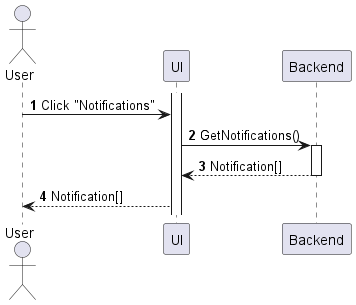
Before: Lab1/Lab1.2/sequences/my-notification-view.png, a diagram exported from PlantUML (phihungha/SE357-Practice-class). Its diagram source:
```plantuml
@startuml my-notification-view
autonumber

actor "User" as a
participant UI as f
participant Backend as b

activate f
a -> f : Click "Notifications"
f -> b : GetNotifications()
activate b
return Notification[]
f --> a : Notification[]
@enduml
```
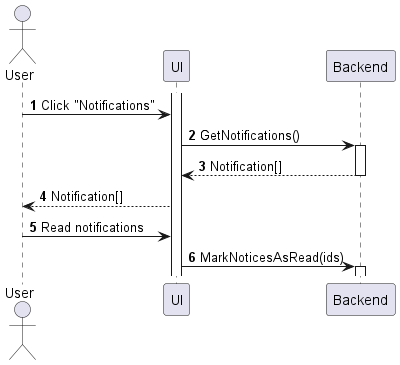
The same diagram one commit later.

Diff of the diagram source:
```diff
@@ -11,4 +11,8 @@
 activate b
 return Notification[]
 f --> a : Notification[]
+
+a -> f : Read notifications
+f -> b : MarkNoticesAsRead(ids)
+activate b
 @enduml
```
